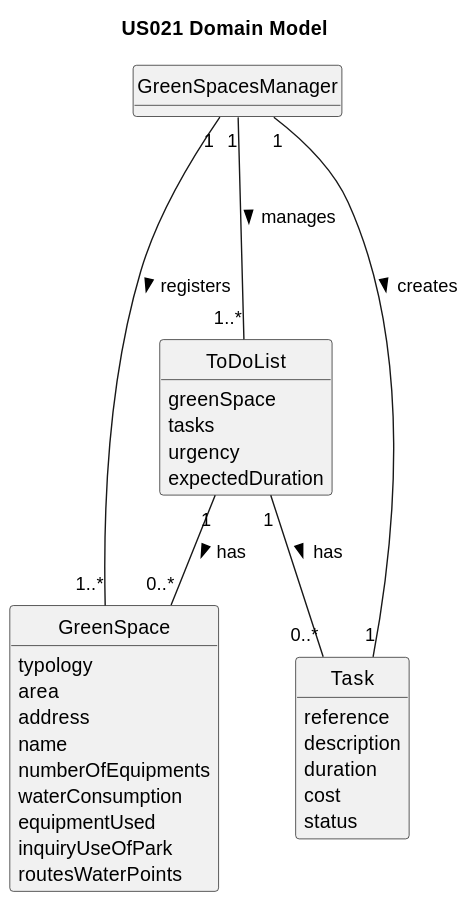
This is docs/sprintC/US021/02.analysis/svg/us021-domain-model.svg from LopemigueISEP/lei-24-s2-1nb-g312, a PlantUML export, as it was before one commit.
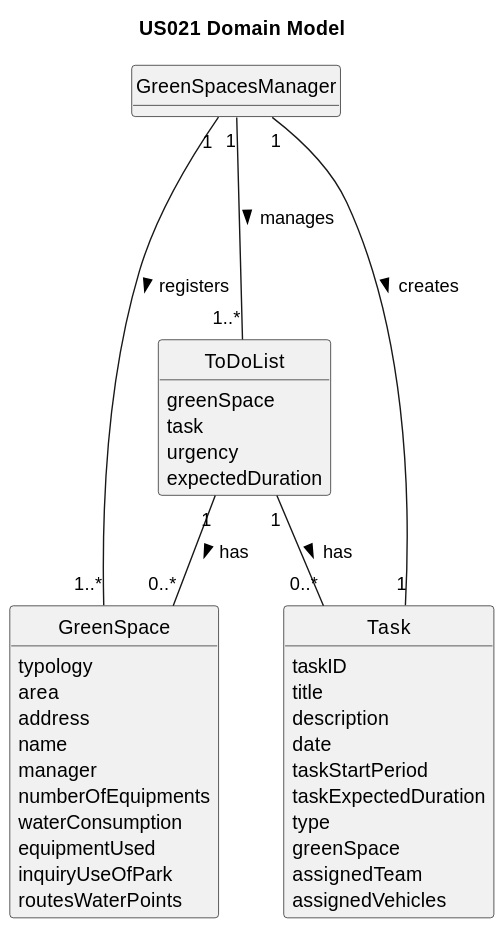
Above is the later version.

Change to the diagram source:
```diff
@@ -17,6 +17,7 @@
     area
     address
     name
+    manager
     numberOfEquipments
     waterConsumption
     equipmentUsed
@@ -26,17 +27,22 @@
 
 class ToDoList{
     greenSpace
-    tasks
+    task
     urgency
     expectedDuration
 }
 
 class Task {
-    reference
+    taskID
+    title
     description
-    duration
-    cost
-    status
+    date
+    taskStartPeriod
+    taskExpectedDuration
+    type
+    greenSpace
+    assignedTeam
+    assignedVehicles
 }
 
 GreenSpacesManager "1" --- "1..*" ToDoList : manages >
```
